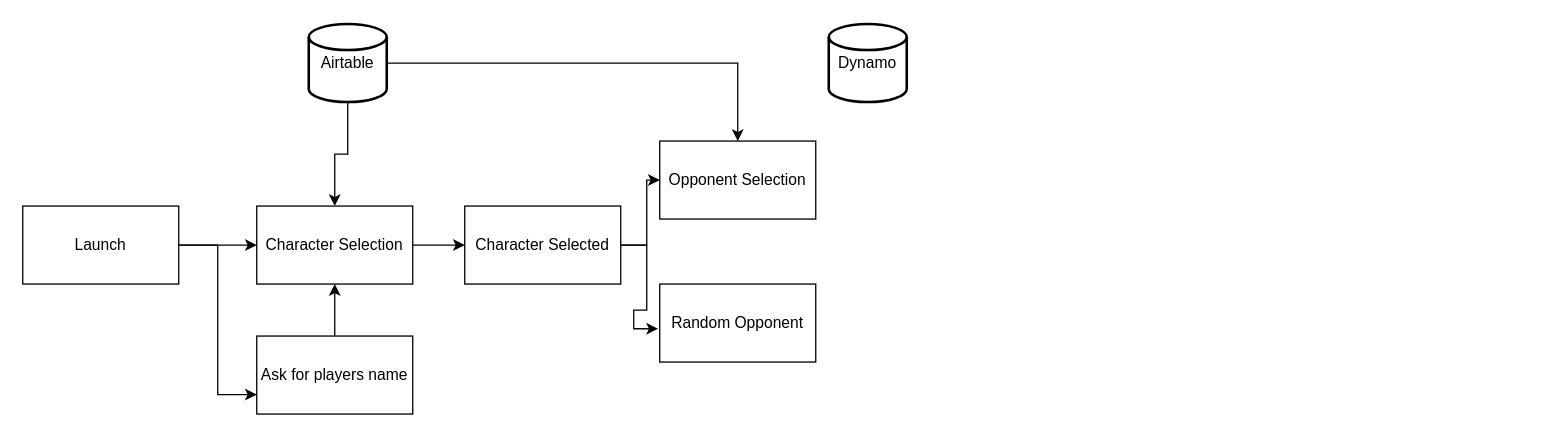
Before: skillflow.drawio in wrongholt/Powers, a draw.io diagram. Source tidied: cells renumbered, new cells numbered last; positions are measured from the earlier drawing's top-left corner, leaving out a move shared by most shapes. Both pictures are drawn from the tidied source at 130%, with x=0, y=0 at pixel (22, 23).
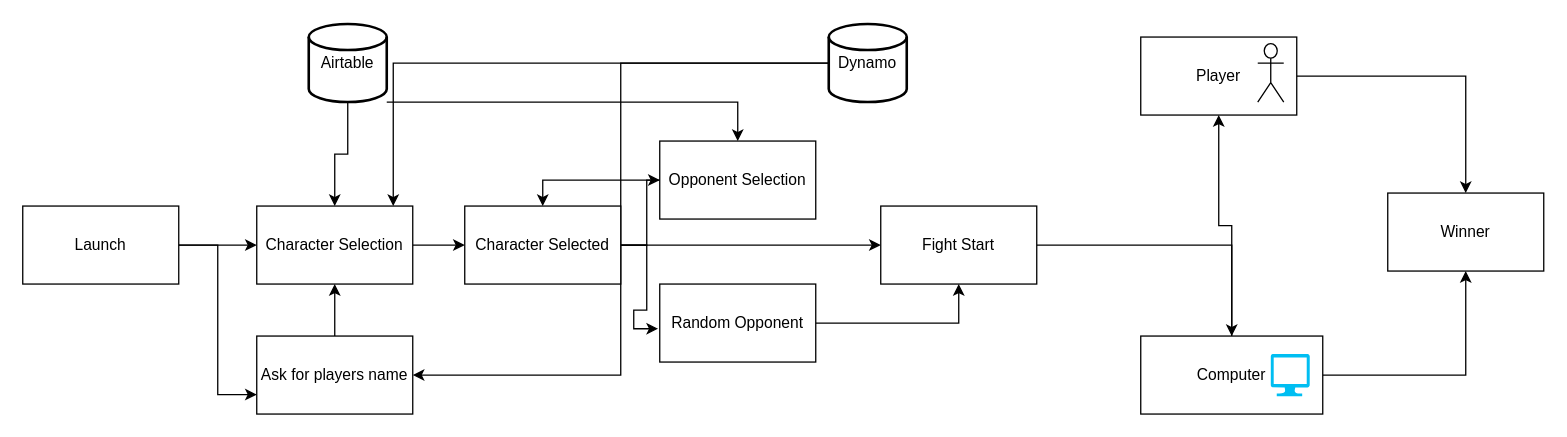
Above is the later version.

Unchanged cells that the change refers to:
```xml
<mxCell id="2" value="Dynamo" style="strokeWidth=2;html=1;shape=mxgraph.flowchart.database;whiteSpace=wrap;" parent="1" vertex="1">
  <mxGeometry x="620" width="60" height="60" as="geometry" />
</mxCell>
<mxCell id="5" value="Airtable" style="strokeWidth=2;html=1;shape=mxgraph.flowchart.database;whiteSpace=wrap;" parent="1" vertex="1">
  <mxGeometry x="220" width="60" height="60" as="geometry" />
</mxCell>
<mxCell id="10" value="Character Selection" style="rounded=0;whiteSpace=wrap;html=1;" parent="1" vertex="1">
  <mxGeometry x="180" y="140" width="120" height="60" as="geometry" />
</mxCell>
<mxCell id="11" value="Opponent Selection" style="rounded=0;whiteSpace=wrap;html=1;" parent="1" vertex="1">
  <mxGeometry x="490" y="90" width="120" height="60" as="geometry" />
</mxCell>
<mxCell id="12" value="Random Opponent" style="rounded=0;whiteSpace=wrap;html=1;" parent="1" vertex="1">
  <mxGeometry x="490" y="200" width="120" height="60" as="geometry" />
</mxCell>
<mxCell id="14" value="Ask for players name" style="rounded=0;whiteSpace=wrap;html=1;" parent="1" vertex="1">
  <mxGeometry x="180" y="240" width="120" height="60" as="geometry" />
</mxCell>
<mxCell id="17" value="Character Selected" style="rounded=0;whiteSpace=wrap;html=1;" parent="1" vertex="1">
  <mxGeometry x="340" y="140" width="120" height="60" as="geometry" />
</mxCell>
```

Change to the diagram source:
```diff
@@
+    <mxCell id="18" style="edgeStyle=orthogonalEdgeStyle;rounded=0;jettySize=auto;html=1;entryX=1;entryY=0.5;entryDx=0;entryDy=0;" parent="1" edge="1" source="2" target="14">
+      <mxGeometry relative="1" as="geometry" />
+    </mxCell>
+    <mxCell id="19" style="edgeStyle=orthogonalEdgeStyle;rounded=0;jettySize=auto;html=1;entryX=0.875;entryY=0;entryDx=0;entryDy=0;entryPerimeter=0;" parent="1" edge="1" source="2" target="10">
+      <mxGeometry relative="1" as="geometry" />
+    </mxCell>
@@
     <mxCell id="4" style="edgeStyle=orthogonalEdgeStyle;rounded=0;jettySize=auto;html=1;entryX=0.5;entryY=0;entryDx=0;entryDy=0;" parent="1" edge="1" source="5" target="11">
-      <mxGeometry relative="1" as="geometry" />
+      <mxGeometry relative="1" as="geometry">
+        <Array as="points">
+          <mxPoint x="550" y="60" />
+        </Array>
+      </mxGeometry>
     </mxCell>
@@
+    <mxCell id="20" style="edgeStyle=orthogonalEdgeStyle;rounded=0;jettySize=auto;html=1;entryX=0.5;entryY=0;entryDx=0;entryDy=0;" parent="1" edge="1" source="11" target="17">
+      <mxGeometry relative="1" as="geometry" />
+    </mxCell>
@@
+    <mxCell id="21" style="edgeStyle=orthogonalEdgeStyle;rounded=0;jettySize=auto;html=1;entryX=0.5;entryY=1;entryDx=0;entryDy=0;" parent="1" edge="1" source="12" target="24">
+      <mxGeometry relative="1" as="geometry" />
+    </mxCell>
@@
+    <mxCell id="22" style="edgeStyle=orthogonalEdgeStyle;rounded=0;jettySize=auto;html=1;entryX=0;entryY=0.5;entryDx=0;entryDy=0;" parent="1" edge="1" source="17" target="24">
+      <mxGeometry relative="1" as="geometry" />
+    </mxCell>
@@
+    <mxCell id="23" style="edgeStyle=orthogonalEdgeStyle;rounded=0;jettySize=auto;html=1;" parent="1" edge="1" source="24" target="27">
+      <mxGeometry relative="1" as="geometry" />
+    </mxCell>
+    <mxCell id="24" value="Fight Start" style="rounded=0;whiteSpace=wrap;html=1;" parent="1" vertex="1">
+      <mxGeometry x="660" y="140" width="120" height="60" as="geometry" />
+    </mxCell>
+    <mxCell id="25" style="edgeStyle=orthogonalEdgeStyle;rounded=0;jettySize=auto;html=1;" parent="1" edge="1" source="27" target="30">
+      <mxGeometry relative="1" as="geometry" />
+    </mxCell>
+    <mxCell id="26" style="edgeStyle=orthogonalEdgeStyle;rounded=0;jettySize=auto;html=1;" parent="1" edge="1" source="27" target="28">
+      <mxGeometry relative="1" as="geometry" />
+    </mxCell>
+    <mxCell id="27" value="Computer" style="rounded=0;whiteSpace=wrap;html=1;" parent="1" vertex="1">
+      <mxGeometry x="860" y="240" width="140" height="60" as="geometry" />
+    </mxCell>
+    <mxCell id="28" value="Winner" style="rounded=0;whiteSpace=wrap;html=1;" parent="1" vertex="1">
+      <mxGeometry x="1050" y="130" width="120" height="60" as="geometry" />
+    </mxCell>
+    <mxCell id="29" style="edgeStyle=orthogonalEdgeStyle;rounded=0;jettySize=auto;html=1;entryX=0.5;entryY=0;entryDx=0;entryDy=0;" parent="1" edge="1" source="30" target="28">
+      <mxGeometry relative="1" as="geometry" />
+    </mxCell>
+    <mxCell id="30" value="Player" style="rounded=0;whiteSpace=wrap;html=1;" parent="1" vertex="1">
+      <mxGeometry x="860" y="10" width="120" height="60" as="geometry" />
+    </mxCell>
+    <mxCell id="31" style="verticalLabelPosition=bottom;html=1;verticalAlign=top;align=center;strokeColor=none;fillColor=#00BEF2;shape=mxgraph.azure.computer;" parent="1" vertex="1">
+      <mxGeometry x="960" y="253.8" width="30" height="32.5" as="geometry" />
+    </mxCell>
+    <mxCell id="32" style="shape=umlActor;verticalLabelPosition=bottom;labelBackgroundColor=#ffffff;verticalAlign=top;html=1;" parent="1" vertex="1">
+      <mxGeometry x="950" y="15" width="20" height="45" as="geometry" />
+    </mxCell>
```
